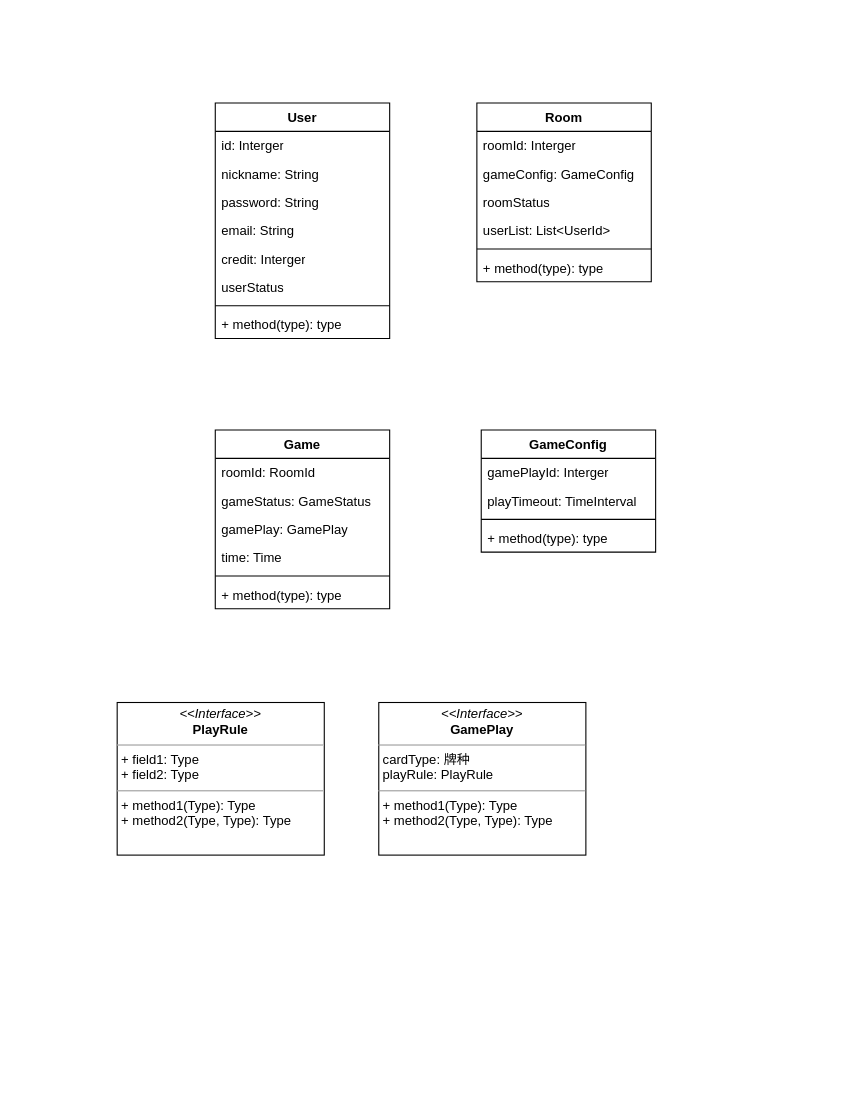
This is SE-liujiatong.drawio from cyc4188/image, a draw.io file, before an edit. Source tidied: cells renumbered, new cells numbered last; positions are measured from the earlier drawing's top-left corner, leaving out a move shared by most shapes. Both pictures are drawn from the tidied source at 109%, with x=0, y=0 at pixel (117, 102).
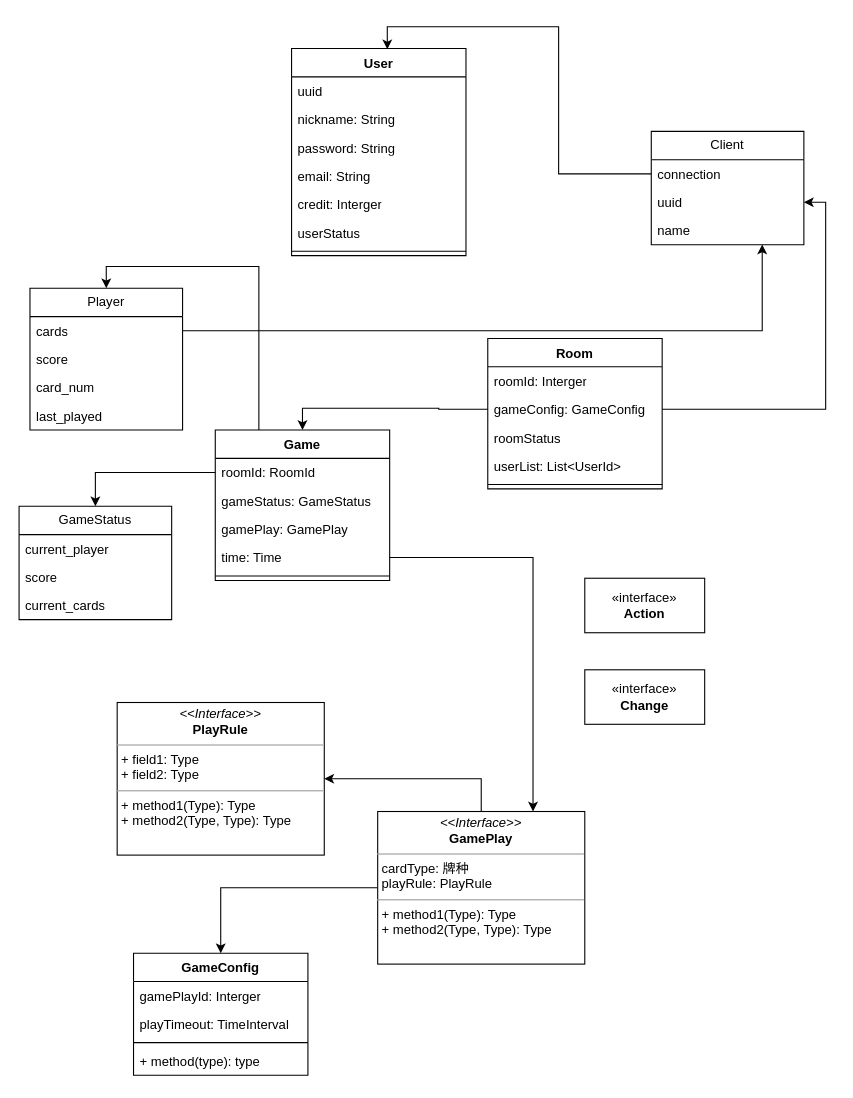
Above is the later version.

Unchanged cells that the change refers to:
```xml
<mxCell id="13" value="gameConfig: GameConfig" style="text;strokeColor=none;fillColor=none;align=left;verticalAlign=top;spacingLeft=4;spacingRight=4;overflow=hidden;points=[[0,0.5],[1,0.5]];portConstraint=eastwest;whiteSpace=wrap;html=1;" parent="11" vertex="1">
  <mxGeometry y="52" width="160" height="26" as="geometry" />
</mxCell>
<mxCell id="19" value="roomId: RoomId" style="text;strokeColor=none;fillColor=none;align=left;verticalAlign=top;spacingLeft=4;spacingRight=4;overflow=hidden;points=[[0,0.5],[1,0.5]];portConstraint=eastwest;whiteSpace=wrap;html=1;" parent="18" vertex="1">
  <mxGeometry y="26" width="160" height="26" as="geometry" />
</mxCell>
<mxCell id="22" value="time: Time" style="text;strokeColor=none;fillColor=none;align=left;verticalAlign=top;spacingLeft=4;spacingRight=4;overflow=hidden;points=[[0,0.5],[1,0.5]];portConstraint=eastwest;whiteSpace=wrap;html=1;" parent="18" vertex="1">
  <mxGeometry y="104" width="160" height="26" as="geometry" />
</mxCell>
<mxCell id="31" value="&lt;p style=&quot;margin:0px;margin-top:4px;text-align:center;&quot;&gt;&lt;i&gt;&amp;lt;&amp;lt;Interface&amp;gt;&amp;gt;&lt;/i&gt;&lt;br&gt;&lt;b&gt;PlayRule&lt;/b&gt;&lt;/p&gt;&lt;hr size=&quot;1&quot;&gt;&lt;p style=&quot;margin:0px;margin-left:4px;&quot;&gt;+ field1: Type&lt;br&gt;+ field2: Type&lt;/p&gt;&lt;hr size=&quot;1&quot;&gt;&lt;p style=&quot;margin:0px;margin-left:4px;&quot;&gt;+ method1(Type): Type&lt;br&gt;+ method2(Type, Type): Type&lt;/p&gt;" style="verticalAlign=top;align=left;overflow=fill;fontSize=12;fontFamily=Helvetica;html=1;whiteSpace=wrap;" parent="1" vertex="1">
  <mxGeometry y="550" width="190" height="140" as="geometry" />
</mxCell>
```

Diff of the diagram source:
```diff
@@
     <mxCell id="2" value="User" style="swimlane;fontStyle=1;align=center;verticalAlign=top;horizontal=1;startSize=26;whiteSpace=wrap;html=1;" parent="1" vertex="1">
-      <mxGeometry x="90" width="160" height="216" as="geometry" />
+      <mxGeometry x="160" y="-50" width="160" height="190" as="geometry" />
     </mxCell>
-    <mxCell id="3" value="id: Interger" style="text;strokeColor=none;fillColor=none;align=left;verticalAlign=top;spacingLeft=4;spacingRight=4;overflow=hidden;whiteSpace=wrap;html=1;" parent="2" vertex="1">
+    <mxCell id="3" value="uuid" style="text;strokeColor=none;fillColor=none;align=left;verticalAlign=top;spacingLeft=4;spacingRight=4;overflow=hidden;whiteSpace=wrap;html=1;" parent="2" vertex="1">
       <mxGeometry y="26" width="160" height="26" as="geometry" />
     </mxCell>
@@
-    <mxCell id="10" value="+ method(type): type" style="text;strokeColor=none;fillColor=none;align=left;verticalAlign=top;spacingLeft=4;spacingRight=4;overflow=hidden;whiteSpace=wrap;html=1;" parent="2" vertex="1">
-      <mxGeometry y="190" width="160" height="26" as="geometry" />
-    </mxCell>
     <mxCell id="11" value="Room" style="swimlane;fontStyle=1;align=center;verticalAlign=top;horizontal=1;startSize=26;whiteSpace=wrap;html=1;" parent="1" vertex="1">
-      <mxGeometry x="330" width="160" height="164" as="geometry" />
+      <mxGeometry x="340" y="216" width="160" height="138" as="geometry" />
     </mxCell>
@@
-    <mxCell id="17" value="+ method(type): type" style="text;strokeColor=none;fillColor=none;align=left;verticalAlign=top;spacingLeft=4;spacingRight=4;overflow=hidden;whiteSpace=wrap;html=1;" parent="11" vertex="1">
-      <mxGeometry y="138" width="160" height="26" as="geometry" />
-    </mxCell>
+    <mxCell id="32" style="edgeStyle=orthogonalEdgeStyle;rounded=0;jettySize=auto;html=1;exitX=0.25;exitY=0;exitDx=0;exitDy=0;entryX=0.5;entryY=0;entryDx=0;entryDy=0;" parent="1" edge="1" source="18" target="48">
+      <mxGeometry relative="1" as="geometry" />
+    </mxCell>
     <mxCell id="18" value="Game" style="swimlane;fontStyle=1;align=center;verticalAlign=top;horizontal=1;startSize=26;whiteSpace=wrap;html=1;" parent="1" vertex="1">
-      <mxGeometry x="90" y="300" width="160" height="164" as="geometry" />
+      <mxGeometry x="90" y="300" width="160" height="138" as="geometry" />
     </mxCell>
@@
-    <mxCell id="24" value="+ method(type): type" style="text;strokeColor=none;fillColor=none;align=left;verticalAlign=top;spacingLeft=4;spacingRight=4;overflow=hidden;whiteSpace=wrap;html=1;" parent="18" vertex="1">
-      <mxGeometry y="138" width="160" height="26" as="geometry" />
-    </mxCell>
     <mxCell id="25" value="GameConfig" style="swimlane;fontStyle=1;align=center;verticalAlign=top;horizontal=1;startSize=26;whiteSpace=wrap;html=1;" parent="1" vertex="1">
-      <mxGeometry x="334" y="300" width="160" height="112" as="geometry" />
+      <mxGeometry x="15" y="780" width="160" height="112" as="geometry" />
     </mxCell>
@@
+    <mxCell id="33" style="edgeStyle=orthogonalEdgeStyle;rounded=0;jettySize=auto;html=1;exitX=0.5;exitY=0;exitDx=0;exitDy=0;" parent="1" edge="1" source="30" target="31">
+      <mxGeometry relative="1" as="geometry" />
+    </mxCell>
+    <mxCell id="34" style="edgeStyle=orthogonalEdgeStyle;rounded=0;jettySize=auto;html=1;exitX=0;exitY=0.5;exitDx=0;exitDy=0;entryX=0.5;entryY=0;entryDx=0;entryDy=0;" parent="1" edge="1" source="30" target="25">
+      <mxGeometry relative="1" as="geometry" />
+    </mxCell>
     <mxCell id="30" value="&lt;p style=&quot;margin:0px;margin-top:4px;text-align:center;&quot;&gt;&lt;i&gt;&amp;lt;&amp;lt;Interface&amp;gt;&amp;gt;&lt;/i&gt;&lt;br&gt;&lt;b&gt;GamePlay&lt;/b&gt;&lt;/p&gt;&lt;hr size=&quot;1&quot;&gt;&lt;p style=&quot;margin:0px;margin-left:4px;&quot;&gt;cardType: 牌种&lt;br&gt;playRule: PlayRule&lt;/p&gt;&lt;hr size=&quot;1&quot;&gt;&lt;p style=&quot;margin:0px;margin-left:4px;&quot;&gt;+ method1(Type): Type&lt;br&gt;+ method2(Type, Type): Type&lt;/p&gt;" style="verticalAlign=top;align=left;overflow=fill;fontSize=12;fontFamily=Helvetica;html=1;whiteSpace=wrap;" parent="1" vertex="1">
-      <mxGeometry x="240" y="550" width="190" height="140" as="geometry" />
+      <mxGeometry x="239" y="650" width="190" height="140" as="geometry" />
     </mxCell>
@@
+    <mxCell id="35" style="edgeStyle=orthogonalEdgeStyle;rounded=0;jettySize=auto;html=1;exitX=1;exitY=0.5;exitDx=0;exitDy=0;entryX=0.75;entryY=0;entryDx=0;entryDy=0;" parent="1" edge="1" source="22" target="30">
+      <mxGeometry relative="1" as="geometry" />
+    </mxCell>
+    <mxCell id="36" value="GameStatus" style="swimlane;fontStyle=0;horizontal=1;startSize=26;fillColor=none;whiteSpace=wrap;html=1;" parent="1" vertex="1">
+      <mxGeometry x="-90" y="370" width="140" height="104" as="geometry" />
+    </mxCell>
+    <mxCell id="37" value="current_player" style="text;strokeColor=none;fillColor=none;align=left;verticalAlign=top;spacingLeft=4;spacingRight=4;overflow=hidden;whiteSpace=wrap;html=1;" parent="36" vertex="1">
+      <mxGeometry y="26" width="140" height="26" as="geometry" />
+    </mxCell>
+    <mxCell id="38" value="score" style="text;strokeColor=none;fillColor=none;align=left;verticalAlign=top;spacingLeft=4;spacingRight=4;overflow=hidden;whiteSpace=wrap;html=1;" parent="36" vertex="1">
+      <mxGeometry y="52" width="140" height="26" as="geometry" />
+    </mxCell>
+    <mxCell id="39" value="current_cards" style="text;strokeColor=none;fillColor=none;align=left;verticalAlign=top;spacingLeft=4;spacingRight=4;overflow=hidden;whiteSpace=wrap;html=1;" parent="36" vertex="1">
+      <mxGeometry y="78" width="140" height="26" as="geometry" />
+    </mxCell>
+    <mxCell id="40" style="edgeStyle=orthogonalEdgeStyle;rounded=0;jettySize=auto;html=1;exitX=0;exitY=0.5;exitDx=0;exitDy=0;entryX=0.5;entryY=0;entryDx=0;entryDy=0;" parent="1" edge="1" source="19" target="36">
+      <mxGeometry relative="1" as="geometry" />
+    </mxCell>
+    <mxCell id="41" value="Client" style="swimlane;fontStyle=0;horizontal=1;startSize=26;fillColor=none;whiteSpace=wrap;html=1;" parent="1" vertex="1">
+      <mxGeometry x="490" y="26" width="140" height="104" as="geometry" />
+    </mxCell>
+    <mxCell id="42" value="connection" style="text;strokeColor=none;fillColor=none;align=left;verticalAlign=top;spacingLeft=4;spacingRight=4;overflow=hidden;points=[[0,0.5],[1,0.5]];portConstraint=eastwest;whiteSpace=wrap;html=1;" parent="41" vertex="1">
+      <mxGeometry y="26" width="140" height="26" as="geometry" />
+    </mxCell>
+    <mxCell id="43" value="uuid" style="text;strokeColor=none;fillColor=none;align=left;verticalAlign=top;spacingLeft=4;spacingRight=4;overflow=hidden;points=[[0,0.5],[1,0.5]];portConstraint=eastwest;whiteSpace=wrap;html=1;" parent="41" vertex="1">
+      <mxGeometry y="52" width="140" height="26" as="geometry" />
+    </mxCell>
+    <mxCell id="44" value="name" style="text;strokeColor=none;fillColor=none;align=left;verticalAlign=top;spacingLeft=4;spacingRight=4;overflow=hidden;points=[[0,0.5],[1,0.5]];portConstraint=eastwest;whiteSpace=wrap;html=1;" parent="41" vertex="1">
+      <mxGeometry y="78" width="140" height="26" as="geometry" />
+    </mxCell>
+    <mxCell id="45" style="edgeStyle=orthogonalEdgeStyle;rounded=0;jettySize=auto;html=1;exitX=0;exitY=0.5;exitDx=0;exitDy=0;entryX=0.549;entryY=0.004;entryDx=0;entryDy=0;entryPerimeter=0;" parent="1" edge="1" source="42" target="2">
+      <mxGeometry relative="1" as="geometry" />
+    </mxCell>
+    <mxCell id="46" style="edgeStyle=orthogonalEdgeStyle;rounded=0;jettySize=auto;html=1;exitX=0;exitY=0.5;exitDx=0;exitDy=0;entryX=0.5;entryY=0;entryDx=0;entryDy=0;" parent="1" edge="1" source="13" target="18">
+      <mxGeometry relative="1" as="geometry" />
+    </mxCell>
+    <mxCell id="47" style="edgeStyle=orthogonalEdgeStyle;rounded=0;jettySize=auto;html=1;exitX=1;exitY=0.5;exitDx=0;exitDy=0;entryX=1;entryY=0.5;entryDx=0;entryDy=0;" parent="1" edge="1" source="13" target="43">
+      <mxGeometry relative="1" as="geometry" />
+    </mxCell>
+    <mxCell id="48" value="Player" style="swimlane;fontStyle=0;horizontal=1;startSize=26;fillColor=none;whiteSpace=wrap;html=1;" parent="1" vertex="1">
+      <mxGeometry x="-80" y="170" width="140" height="130" as="geometry" />
+    </mxCell>
+    <mxCell id="49" value="cards" style="text;strokeColor=none;fillColor=none;align=left;verticalAlign=top;spacingLeft=4;spacingRight=4;overflow=hidden;points=[[0,0.5],[1,0.5]];portConstraint=eastwest;whiteSpace=wrap;html=1;" parent="48" vertex="1">
+      <mxGeometry y="26" width="140" height="26" as="geometry" />
+    </mxCell>
+    <mxCell id="50" value="score" style="text;strokeColor=none;fillColor=none;align=left;verticalAlign=top;spacingLeft=4;spacingRight=4;overflow=hidden;whiteSpace=wrap;html=1;" parent="48" vertex="1">
+      <mxGeometry y="52" width="140" height="26" as="geometry" />
+    </mxCell>
+    <mxCell id="51" value="card_num" style="text;strokeColor=none;fillColor=none;align=left;verticalAlign=top;spacingLeft=4;spacingRight=4;overflow=hidden;whiteSpace=wrap;html=1;" parent="48" vertex="1">
+      <mxGeometry y="78" width="140" height="26" as="geometry" />
+    </mxCell>
+    <mxCell id="52" value="last_played" style="text;strokeColor=none;fillColor=none;align=left;verticalAlign=top;spacingLeft=4;spacingRight=4;overflow=hidden;whiteSpace=wrap;html=1;" parent="48" vertex="1">
+      <mxGeometry y="104" width="140" height="26" as="geometry" />
+    </mxCell>
+    <mxCell id="53" style="edgeStyle=orthogonalEdgeStyle;rounded=0;jettySize=auto;html=1;exitX=1;exitY=0.5;exitDx=0;exitDy=0;entryX=0.727;entryY=0.992;entryDx=0;entryDy=0;entryPerimeter=0;" parent="1" edge="1" source="49" target="44">
+      <mxGeometry relative="1" as="geometry" />
+    </mxCell>
+    <mxCell id="54" value="«interface»&lt;br&gt;&lt;b&gt;Action&lt;/b&gt;" style="html=1;whiteSpace=wrap;" parent="1" vertex="1">
+      <mxGeometry x="429" y="436" width="110" height="50" as="geometry" />
+    </mxCell>
+    <mxCell id="55" value="«interface»&lt;br&gt;&lt;b&gt;Change&lt;/b&gt;" style="html=1;whiteSpace=wrap;" parent="1" vertex="1">
+      <mxGeometry x="429" y="520" width="110" height="50" as="geometry" />
+    </mxCell>
```
